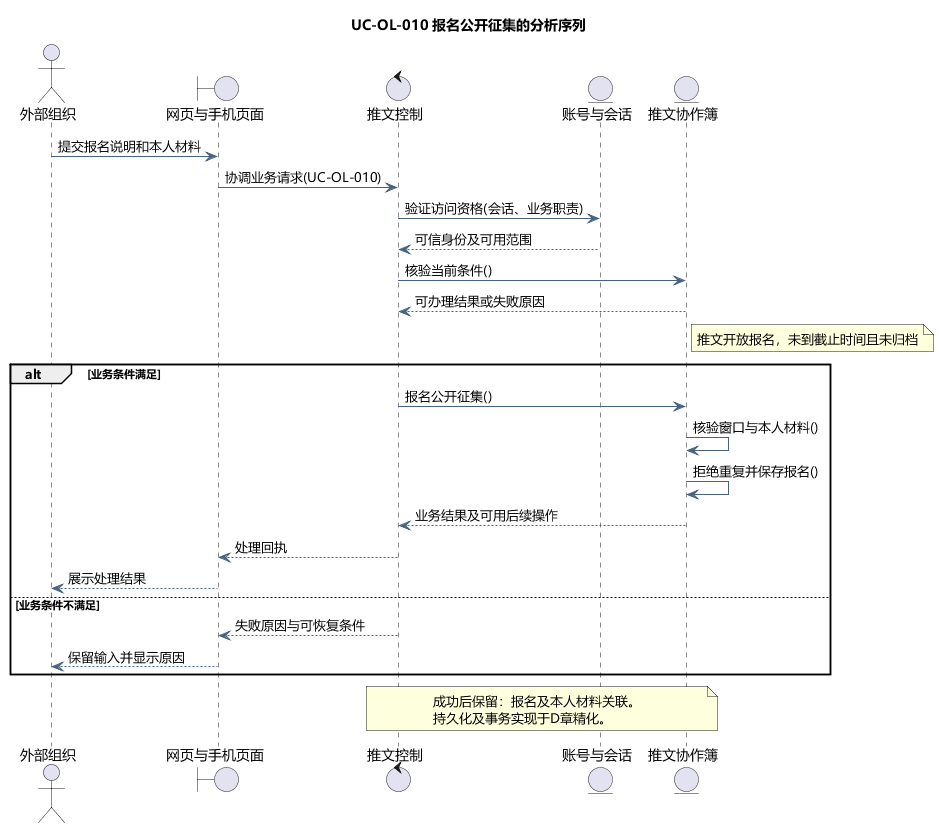
Before: docs/diagrams/analysis/seq-uc-ol-010.png, a diagram exported from PlantUML (tccc1csu/miniprogram-csu). The source it was exported from:
```plantuml
@startuml
skinparam defaultFontName Microsoft YaHei
skinparam shadowing false
skinparam backgroundColor #FFFFFF
skinparam ArrowColor #466482
skinparam classAttributeIconSize 0
hide empty members
title UC-OL-010 报名公开征集的分析序列
actor "外部组织" as actor
boundary "网页与手机页面" as page
control "推文控制" as ctl
entity "账号与会话" as identity
entity "推文协作簿" as model
actor -> page : 提交报名说明和本人材料
page -> ctl : 协调业务请求(UC-OL-010)
ctl -> identity : 验证访问资格(会话、业务职责)
identity --> ctl : 可信身份及可用范围
ctl -> model : 核验当前条件()
model --> ctl : 可办理结果或失败原因
note right of model
推文开放报名，未到截止时间且未归档
end note
alt 业务条件满足
ctl -> model : 报名公开征集()
model -> model : 核验窗口与本人材料()
model -> model : 拒绝重复并保存报名()
model --> ctl : 业务结果及可用后续操作
ctl --> page : 处理回执
page --> actor : 展示处理结果
else 业务条件不满足
ctl --> page : 失败原因与可恢复条件
page --> actor : 保留输入并显示原因
end
note over ctl,model
成功后保留：报名及本人材料关联。
持久化及事务实现于D章精化。
end note

@enduml
```
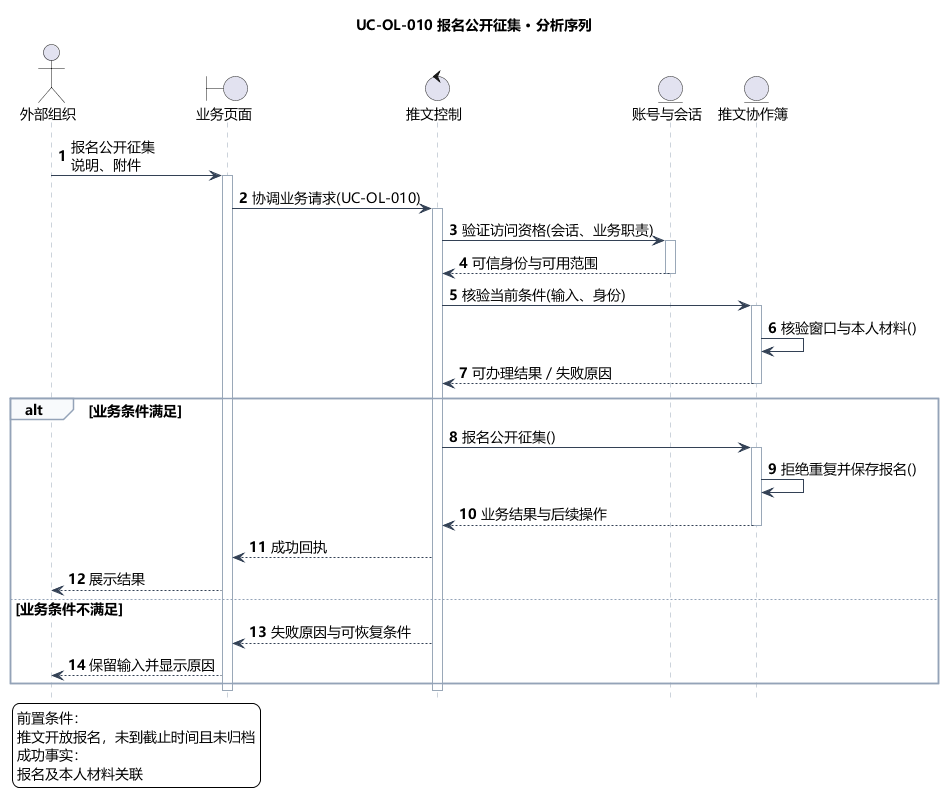
Later version of the same file.

The edit, as a diff of the source:
```diff
@@ -5,35 +5,53 @@
 skinparam ArrowColor #466482
 skinparam classAttributeIconSize 0
 hide empty members
-title UC-OL-010 报名公开征集的分析序列
+skinparam defaultFontSize 14
+skinparam sequenceLifeLineBorderColor #9AA8B8
+skinparam sequenceArrowColor #334155
+skinparam sequenceGroupBorderColor #94A3B8
+skinparam sequenceGroupBackgroundColor #F8FAFC
+skinparam sequenceParticipantPadding 18
+skinparam maxMessageSize 240
+hide footbox
+autonumber
+title UC-OL-010 报名公开征集 · 分析序列
 actor "外部组织" as actor
-boundary "网页与手机页面" as page
+boundary "业务页面" as page
 control "推文控制" as ctl
 entity "账号与会话" as identity
 entity "推文协作簿" as model
-actor -> page : 提交报名说明和本人材料
+actor -> page : 报名公开征集\n说明、附件
+activate page
 page -> ctl : 协调业务请求(UC-OL-010)
+activate ctl
 ctl -> identity : 验证访问资格(会话、业务职责)
-identity --> ctl : 可信身份及可用范围
-ctl -> model : 核验当前条件()
-model --> ctl : 可办理结果或失败原因
-note right of model
-推文开放报名，未到截止时间且未归档
-end note
+activate identity
+identity --> ctl : 可信身份与可用范围
+deactivate identity
+ctl -> model : 核验当前条件(输入、身份)
+activate model
+model -> model : 核验窗口与本人材料()
+model --> ctl : 可办理结果／失败原因
+deactivate model
 alt 业务条件满足
 ctl -> model : 报名公开征集()
-model -> model : 核验窗口与本人材料()
+activate model
 model -> model : 拒绝重复并保存报名()
-model --> ctl : 业务结果及可用后续操作
-ctl --> page : 处理回执
-page --> actor : 展示处理结果
+model --> ctl : 业务结果与后续操作
+deactivate model
+ctl --> page : 成功回执
+page --> actor : 展示结果
 else 业务条件不满足
 ctl --> page : 失败原因与可恢复条件
 page --> actor : 保留输入并显示原因
 end
-note over ctl,model
-成功后保留：报名及本人材料关联。
-持久化及事务实现于D章精化。
-end note
+deactivate ctl
+deactivate page
+legend bottom left
+前置条件：
+推文开放报名，未到截止时间且未归档
+成功事实：
+报名及本人材料关联
+endlegend
 
 @enduml
```
